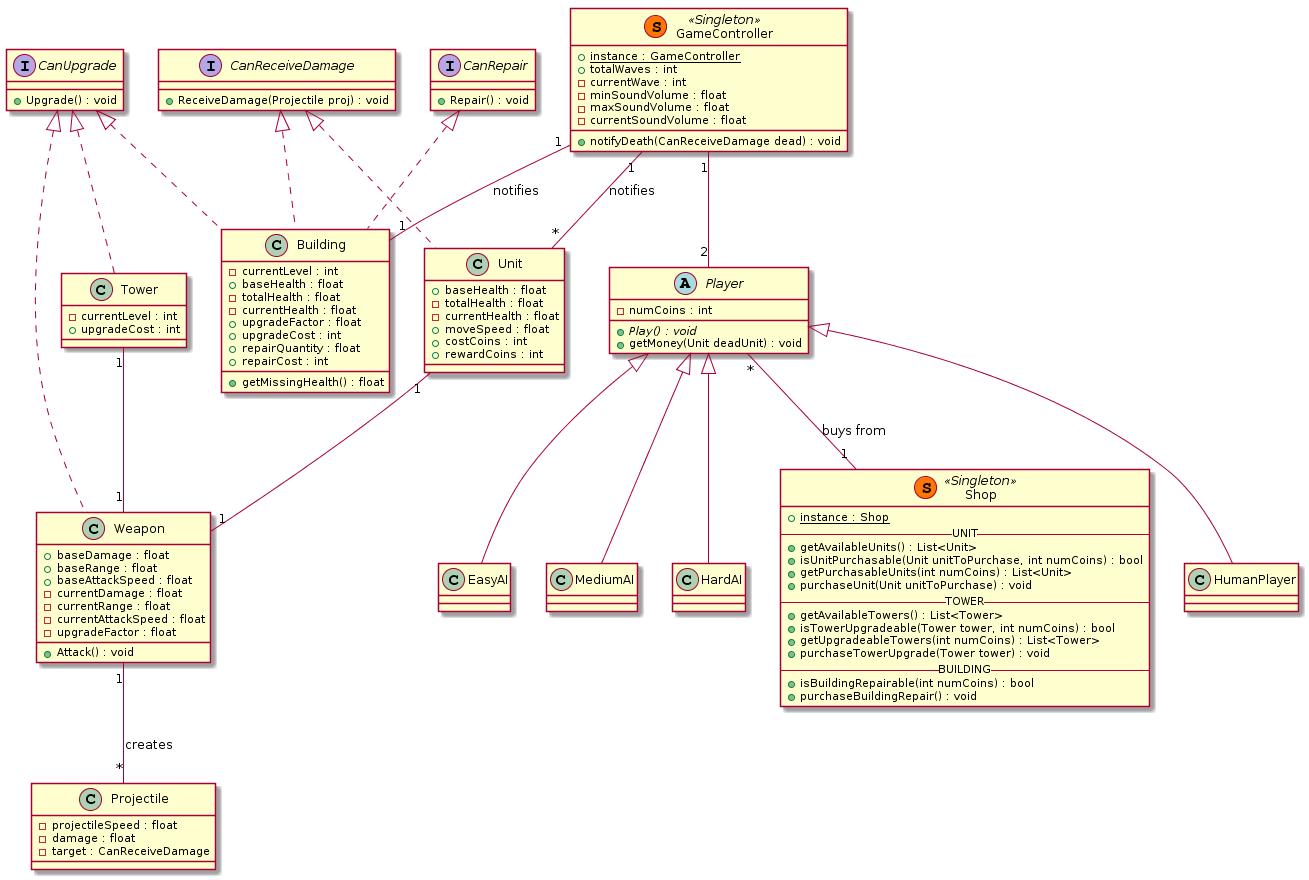
The PlantUML diagram uml_diagrams/classDiagram.png in NestorTejero/ES2016B, before a commit.
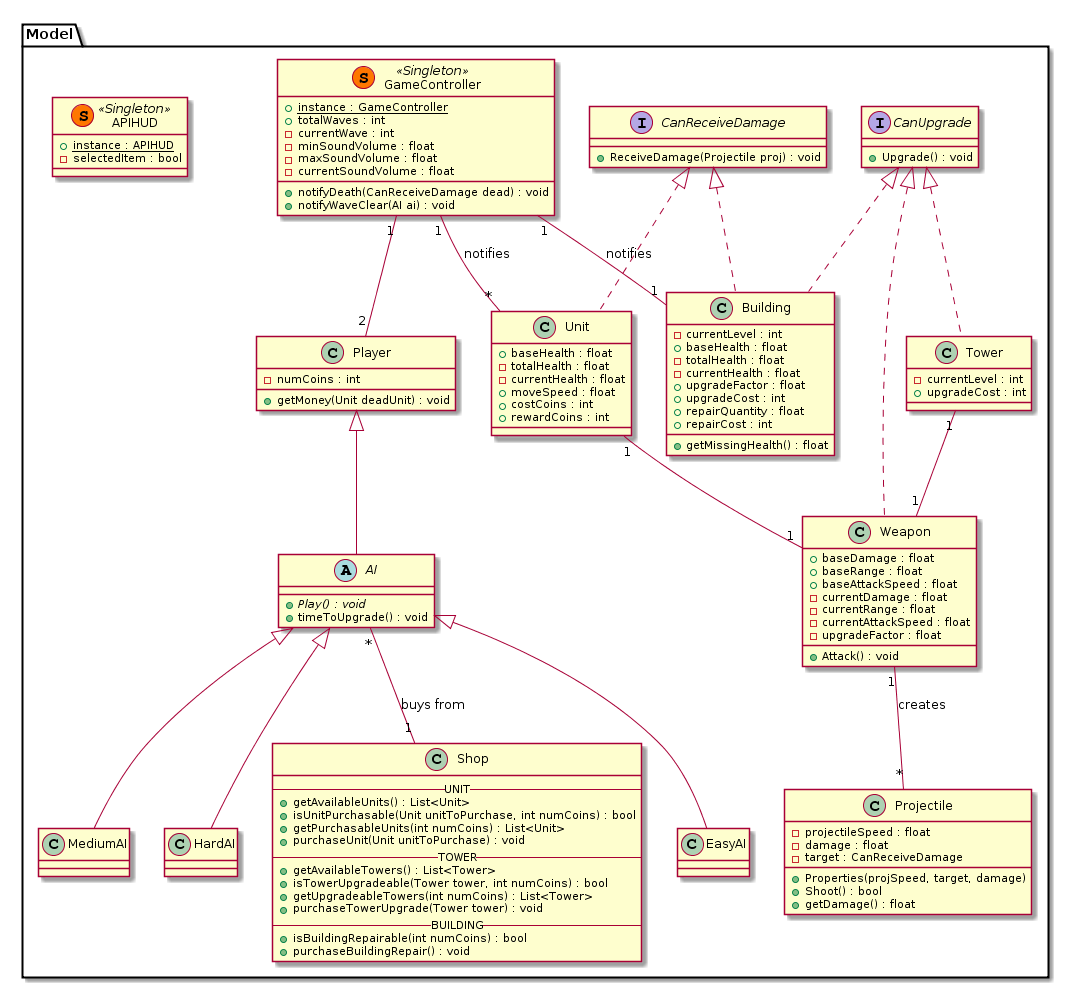
After the commit.

Commit message:
New class Diagram

What changed in the source:
```diff
@@ -1,12 +1,11 @@
 @startuml
+package Model {
+
 interface CanUpgrade {
     +Upgrade() : void
 }
 interface CanReceiveDamage {
     +ReceiveDamage(Projectile proj) : void
-}
-interface CanRepair {
-    +Repair() : void
 }
 
 class GameController << (S,#FF7700) Singleton >>{
@@ -17,27 +16,29 @@
     -maxSoundVolume : float
     -currentSoundVolume : float
     +notifyDeath(CanReceiveDamage dead) : void
+    +notifyWaveClear(AI ai) : void
 }
 
 GameController "1" -- "2" Player
 
-abstract class Player {
+class Player {
     -numCoins : int
-    +{abstract}Play() : void
     +getMoney(Unit deadUnit) : void
 }
 
-class HumanPlayer extends Player {
-}
-class EasyAI extends Player {
-}
-class MediumAI extends Player {
-}
-class HardAI extends Player {
+abstract class AI extends Player{
+    +{abstract}Play() : void
+    +timeToUpgrade() : void
 }
 
-class Shop << (S,#FF7700) Singleton >> {
-    +{static} instance : Shop
+class EasyAI extends AI {
+}
+class MediumAI extends AI {
+}
+class HardAI extends AI {
+}
+
+class Shop {
     --UNIT--
     +getAvailableUnits() : List<Unit>
     +isUnitPurchasable(Unit unitToPurchase, int numCoins) : bool
@@ -53,7 +54,7 @@
     +purchaseBuildingRepair() : void
 }
 
-Player "*"--"1" Shop : buys from
+AI "*"--"1" Shop : buys from
 
 class Unit implements CanReceiveDamage{
     +baseHealth : float
@@ -81,6 +82,9 @@
     -projectileSpeed : float
     -damage : float
     -target : CanReceiveDamage
+    +Properties(projSpeed, target, damage)
+    +Shoot() : bool
+    +getDamage() : float
 }
 
 Weapon "1" -- "*" Projectile : creates
@@ -88,7 +92,7 @@
 Unit "1" -- "1" Weapon
 Tower "1" -- "1" Weapon
 
-class Building implements CanUpgrade, CanReceiveDamage, CanRepair {
+class Building implements CanUpgrade, CanReceiveDamage {
     -currentLevel : int
     +baseHealth : float
     -totalHealth : float
@@ -106,4 +110,11 @@
     -currentLevel : int
     +upgradeCost : int
 }
+
+class APIHUD << (S,#FF7700) Singleton >>{
+    +{static} instance : APIHUD
+    -selectedItem : bool
+}
+
+}
 @enduml
```
